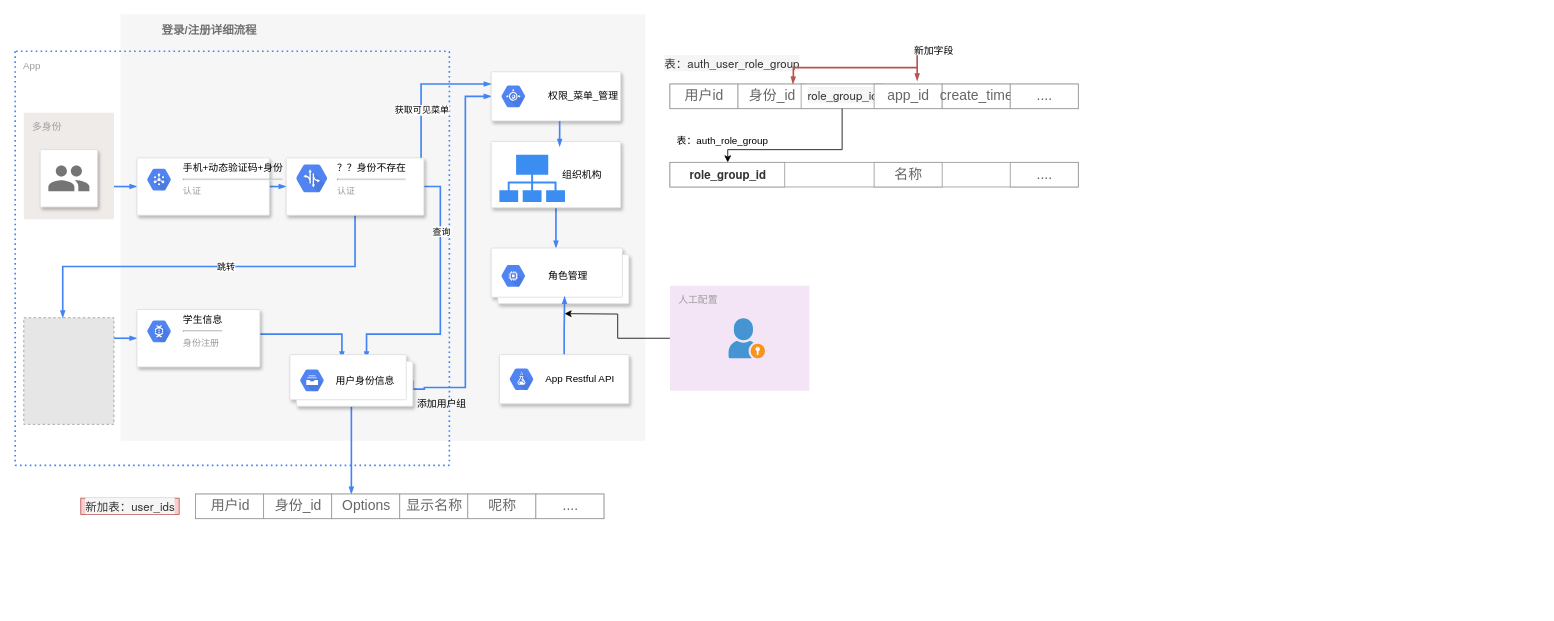
feihu618/drawio keeps this draw.io diagram as craft/aa_flow_2.drawio. Above is the earlier version. Source tidied: cells renumbered, new cells numbered last; positions are measured from the earlier drawing's top-left corner, leaving out a move shared by most shapes. Both pictures are drawn from the tidied source at 82%, with x=0, y=0 at pixel (15, 14). Pictures stored in the file or linked from it are replaced by grey dashed boxes.
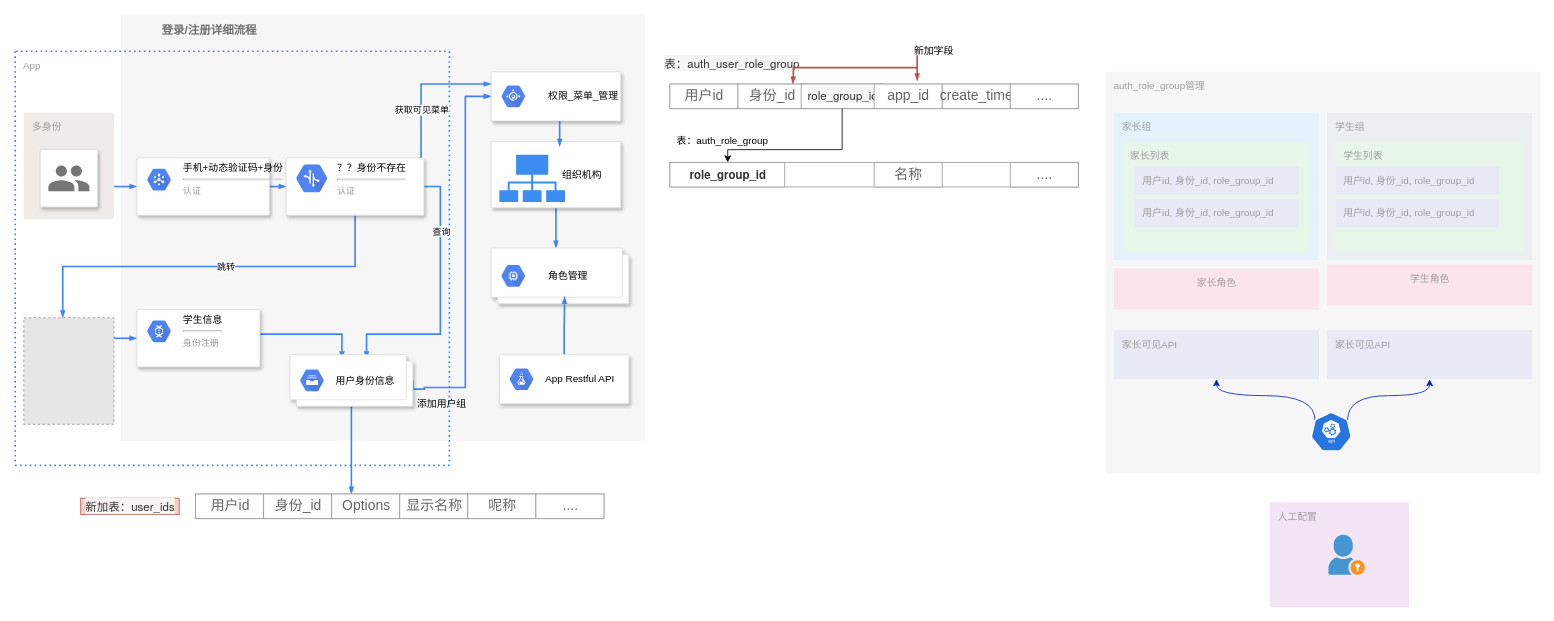
After the change.

Change to the diagram source:
```diff
@@
-    <mxCell id="32" style="edgeStyle=orthogonalEdgeStyle;rounded=0;jettySize=auto;html=1;" parent="1" edge="1" source="33">
-      <mxGeometry relative="1" as="geometry">
-        <mxPoint x="670" y="365" as="targetPoint" />
-      </mxGeometry>
-    </mxCell>
-    <mxCell id="33" value="人工配置" style="rounded=1;absoluteArcSize=1;arcSize=2;html=1;strokeColor=none;gradientColor=none;shadow=0;dashed=0;fontSize=12;fontColor=#9E9E9E;align=left;verticalAlign=top;spacing=10;spacingTop=-4;fillColor=#F3E5F5;" parent="1" vertex="1">
-      <mxGeometry x="798.5" y="331" width="170" height="128" as="geometry" />
-    </mxCell>
@@
-    <mxCell id="48" style="shadow=0;dashed=0;html=1;strokeColor=none;fillColor=#4495D1;labelPosition=center;verticalLabelPosition=bottom;verticalAlign=top;align=center;shape=mxgraph.veeam.portal_admin;" parent="1" vertex="1">
-      <mxGeometry x="870" y="370.6" width="44.4" height="48.8" as="geometry" />
-    </mxCell>
@@
+    <mxCell id="70" style="group;" parent="1" vertex="1">
+      <mxGeometry x="1530" y="595" width="170" height="128" as="geometry" />
+    </mxCell>
+    <mxCell id="33" value="人工配置" style="rounded=1;absoluteArcSize=1;arcSize=2;html=1;strokeColor=none;gradientColor=none;shadow=0;dashed=0;fontSize=12;fontColor=#9E9E9E;align=left;verticalAlign=top;spacing=10;spacingTop=-4;fillColor=#F3E5F5;" parent="70" vertex="1">
+      <mxGeometry width="170" height="128" as="geometry" />
+    </mxCell>
+    <mxCell id="48" style="shadow=0;dashed=0;html=1;strokeColor=none;fillColor=#4495D1;labelPosition=center;verticalLabelPosition=bottom;verticalAlign=top;align=center;shape=mxgraph.veeam.portal_admin;" parent="70" vertex="1">
+      <mxGeometry x="71.5" y="39.6" width="44.4" height="48.8" as="geometry" />
+    </mxCell>
+    <mxCell id="71" value="auth_role_group管理" style="sketch=0;rounded=1;absoluteArcSize=1;arcSize=2;html=1;strokeColor=none;gradientColor=none;shadow=0;dashed=0;fontSize=12;fontColor=#9E9E9E;align=left;verticalAlign=top;spacing=10;spacingTop=-4;fillColor=#F6F6F6;" parent="1" vertex="1">
+      <mxGeometry x="1330" y="70" width="530" height="490" as="geometry" />
+    </mxCell>
+    <mxCell id="72" value="家长组" style="sketch=0;rounded=1;absoluteArcSize=1;arcSize=2;html=1;strokeColor=none;gradientColor=none;shadow=0;dashed=0;fontSize=12;fontColor=#9E9E9E;align=left;verticalAlign=top;spacing=10;spacingTop=-4;fillColor=#E3F2FD;" parent="71" vertex="1">
+      <mxGeometry width="250" height="180" relative="1" as="geometry">
+        <mxPoint x="10" y="50" as="offset" />
+      </mxGeometry>
+    </mxCell>
+    <mxCell id="73" value="家长角色" style="sketch=0;rounded=1;absoluteArcSize=1;arcSize=2;html=1;strokeColor=none;gradientColor=none;shadow=0;dashed=0;fontSize=12;fontColor=#9E9E9E;align=center;verticalAlign=top;spacing=10;spacingTop=-4;fillColor=#FCE4EC;" parent="71" vertex="1">
+      <mxGeometry width="250" height="50" relative="1" as="geometry">
+        <mxPoint x="10" y="240" as="offset" />
+      </mxGeometry>
+    </mxCell>
+    <mxCell id="74" value="家长可见API" style="sketch=0;points=[[0,0,0],[0.25,0,0],[0.5,0,0],[0.75,0,0],[1,0,0],[1,0.25,0],[1,0.5,0],[1,0.75,0],[1,1,0],[0.75,1,0],[0.5,1,0],[0.25,1,0],[0,1,0],[0,0.75,0],[0,0.5,0],[0,0.25,0]];rounded=1;absoluteArcSize=1;arcSize=2;html=1;strokeColor=none;gradientColor=none;shadow=0;dashed=0;fontSize=12;fontColor=#9E9E9E;align=left;verticalAlign=top;spacing=10;spacingTop=-4;fillColor=#E8EAF6;" parent="71" vertex="1">
+      <mxGeometry width="250" height="60" relative="1" as="geometry">
+        <mxPoint x="10" y="315" as="offset" />
+      </mxGeometry>
+    </mxCell>
+    <mxCell id="75" value="学生组" style="sketch=0;rounded=1;absoluteArcSize=1;arcSize=2;html=1;strokeColor=none;gradientColor=none;shadow=0;dashed=0;fontSize=12;fontColor=#9E9E9E;align=left;verticalAlign=top;spacing=10;spacingTop=-4;fillColor=#ECEFF1;" parent="71" vertex="1">
+      <mxGeometry width="250" height="180" relative="1" as="geometry">
+        <mxPoint x="270" y="50" as="offset" />
+      </mxGeometry>
+    </mxCell>
+    <mxCell id="76" value="家长列表" style="sketch=0;rounded=1;absoluteArcSize=1;arcSize=2;html=1;strokeColor=none;gradientColor=none;shadow=0;dashed=0;fontSize=12;fontColor=#9E9E9E;align=left;verticalAlign=top;spacing=10;spacingTop=-4;fillColor=#E8F5E9;" parent="71" vertex="1">
+      <mxGeometry x="20" y="85" width="230" height="135" as="geometry" />
+    </mxCell>
+    <mxCell id="77" value="学生列表" style="sketch=0;rounded=1;absoluteArcSize=1;arcSize=2;html=1;strokeColor=none;gradientColor=none;shadow=0;dashed=0;fontSize=12;fontColor=#9E9E9E;align=left;verticalAlign=top;spacing=10;spacingTop=-4;fillColor=#E8F5E9;" parent="71" vertex="1">
+      <mxGeometry x="280" y="85" width="230" height="135" as="geometry" />
+    </mxCell>
+    <mxCell id="78" value="用户id,&amp;nbsp;身份_id, role_group_id" style="sketch=0;rounded=1;absoluteArcSize=1;arcSize=2;html=1;strokeColor=none;gradientColor=none;shadow=0;dashed=0;fontSize=12;fontColor=#9E9E9E;align=left;verticalAlign=top;spacing=10;spacingTop=-4;fillColor=#E8EAF6;" parent="71" vertex="1">
+      <mxGeometry x="35" y="115" width="200" height="35" as="geometry" />
+    </mxCell>
+    <mxCell id="79" value="用户id,&amp;nbsp;身份_id, role_group_id" style="sketch=0;rounded=1;absoluteArcSize=1;arcSize=2;html=1;strokeColor=none;gradientColor=none;shadow=0;dashed=0;fontSize=12;fontColor=#9E9E9E;align=left;verticalAlign=top;spacing=10;spacingTop=-4;fillColor=#E8EAF6;" parent="71" vertex="1">
+      <mxGeometry x="280" y="115" width="200" height="35" as="geometry" />
+    </mxCell>
+    <mxCell id="80" value="用户id,&amp;nbsp;身份_id, role_group_id" style="sketch=0;rounded=1;absoluteArcSize=1;arcSize=2;html=1;strokeColor=none;gradientColor=none;shadow=0;dashed=0;fontSize=12;fontColor=#9E9E9E;align=left;verticalAlign=top;spacing=10;spacingTop=-4;fillColor=#E8EAF6;" parent="71" vertex="1">
+      <mxGeometry x="280" y="155" width="200" height="35" as="geometry" />
+    </mxCell>
+    <mxCell id="81" value="用户id,&amp;nbsp;身份_id, role_group_id" style="sketch=0;rounded=1;absoluteArcSize=1;arcSize=2;html=1;strokeColor=none;gradientColor=none;shadow=0;dashed=0;fontSize=12;fontColor=#9E9E9E;align=left;verticalAlign=top;spacing=10;spacingTop=-4;fillColor=#E8EAF6;" parent="71" vertex="1">
+      <mxGeometry x="35" y="155" width="200" height="35" as="geometry" />
+    </mxCell>
+    <mxCell id="82" value="学生角色" style="sketch=0;rounded=1;absoluteArcSize=1;arcSize=2;html=1;strokeColor=none;gradientColor=none;shadow=0;dashed=0;fontSize=12;fontColor=#9E9E9E;align=center;verticalAlign=top;spacing=10;spacingTop=-4;fillColor=#FCE4EC;" parent="71" vertex="1">
+      <mxGeometry x="270" y="235" width="250" height="50" as="geometry" />
+    </mxCell>
+    <mxCell id="83" value="家长可见API" style="sketch=0;points=[[0,0,0],[0.25,0,0],[0.5,0,0],[0.75,0,0],[1,0,0],[1,0.25,0],[1,0.5,0],[1,0.75,0],[1,1,0],[0.75,1,0],[0.5,1,0],[0.25,1,0],[0,1,0],[0,0.75,0],[0,0.5,0],[0,0.25,0]];rounded=1;absoluteArcSize=1;arcSize=2;html=1;strokeColor=none;gradientColor=none;shadow=0;dashed=0;fontSize=12;fontColor=#9E9E9E;align=left;verticalAlign=top;spacing=10;spacingTop=-4;fillColor=#E8EAF6;" parent="71" vertex="1">
+      <mxGeometry x="270" y="315" width="250" height="60" as="geometry" />
+    </mxCell>
+    <mxCell id="84" style="edgeStyle=orthogonalEdgeStyle;curved=1;rounded=0;jettySize=auto;html=1;exitX=0.1;exitY=0.2;exitDx=0;exitDy=0;exitPerimeter=0;fillColor=#0050ef;strokeColor=#001DBC;" parent="71" edge="1" source="86" target="74">
+      <mxGeometry relative="1" as="geometry" />
+    </mxCell>
+    <mxCell id="85" style="edgeStyle=orthogonalEdgeStyle;curved=1;rounded=0;jettySize=auto;html=1;exitX=0.9;exitY=0.2;exitDx=0;exitDy=0;exitPerimeter=0;fillColor=#0050ef;strokeColor=#001DBC;" parent="71" edge="1" source="86" target="83">
+      <mxGeometry relative="1" as="geometry" />
+    </mxCell>
+    <mxCell id="86" style="sketch=0;html=1;dashed=0;whitespace=wrap;fillColor=#2875E2;strokeColor=#ffffff;points=[[0.005,0.63,0],[0.1,0.2,0],[0.9,0.2,0],[0.5,0,0],[0.995,0.63,0],[0.72,0.99,0],[0.5,1,0],[0.28,0.99,0]];shape=mxgraph.kubernetes.icon;prIcon=api;" parent="71" vertex="1">
+      <mxGeometry x="250" y="415" width="50" height="48" as="geometry" />
+    </mxCell>
```
